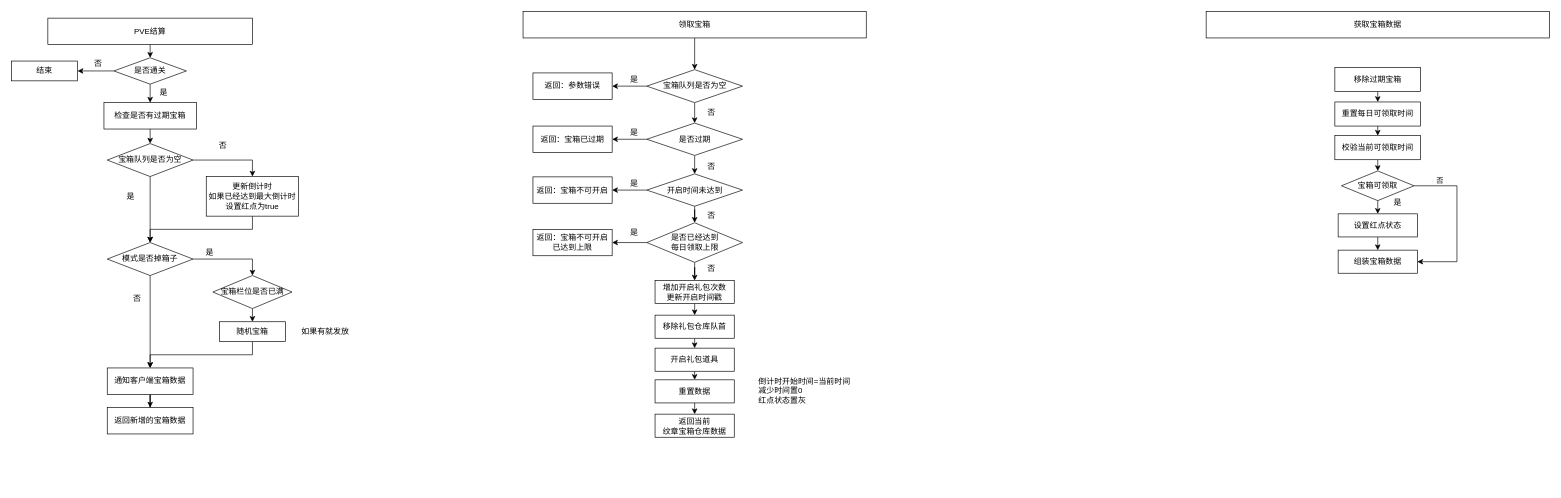
Ordertiny/graph keeps this draw.io diagram as SSJJ2/SS2星耀纹章.drawio. Above is the earlier version. Source tidied: cells renumbered, new cells numbered last; positions are measured from the earlier drawing's top-left corner, leaving out a move shared by most shapes. Both pictures are drawn from the tidied source at 66%, with x=0, y=0 at pixel (11, 11).
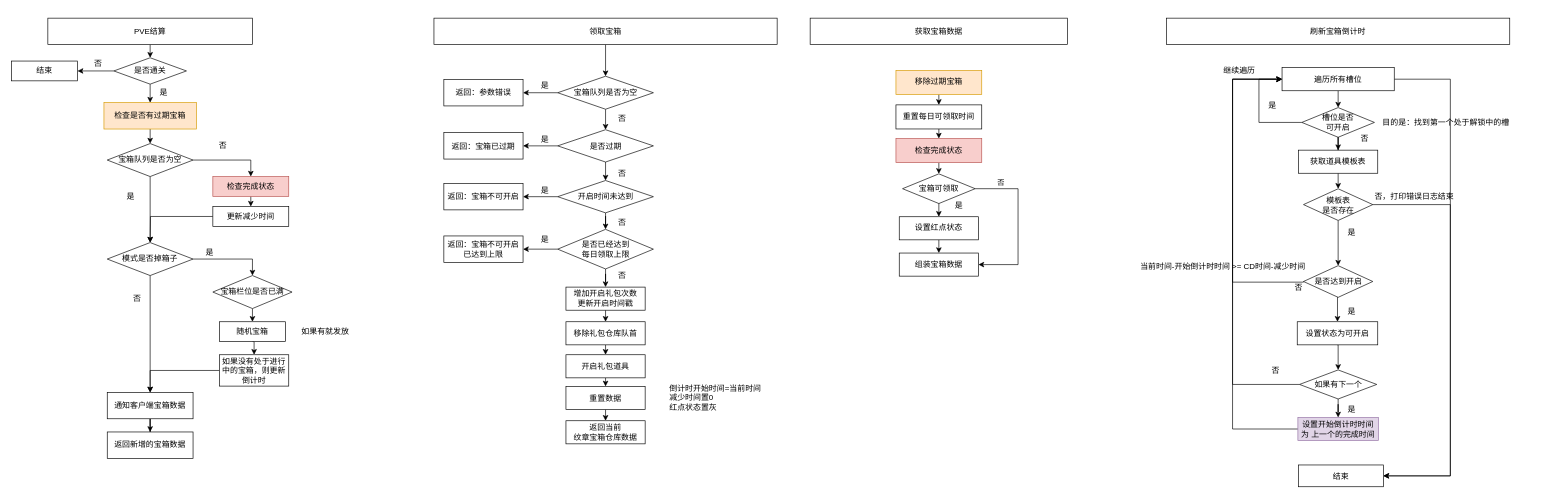
The same diagram, later.

Commit message:
更新SS2星耀纹章.drawio

Unchanged cells that the change refers to:
```xml
<mxCell id="10" value="模式是否掉箱子" style="rhombus;whiteSpace=wrap;html=1;" parent="1" vertex="1">
  <mxGeometry x="145" y="350" width="130" height="50" as="geometry" />
</mxCell>
<mxCell id="14" value="随机宝箱" style="rounded=0;whiteSpace=wrap;html=1;" parent="1" vertex="1">
  <mxGeometry x="315" y="470" width="100" height="30" as="geometry" />
</mxCell>
```

What changed in the source:
```diff
@@
-    <mxCell id="13" style="edgeStyle=orthogonalEdgeStyle;rounded=0;jettySize=auto;html=1;exitX=0.5;exitY=1;exitDx=0;exitDy=0;entryX=0.5;entryY=0;entryDx=0;entryDy=0;" parent="1" edge="1" source="14" target="18">
-      <mxGeometry relative="1" as="geometry" />
-    </mxCell>
+    <mxCell id="84" style="edgeStyle=orthogonalEdgeStyle;rounded=0;jettySize=auto;html=1;exitX=0.5;exitY=1;exitDx=0;exitDy=0;entryX=0.5;entryY=0;entryDx=0;entryDy=0;" parent="1" edge="1" source="14" target="87">
+      <mxGeometry relative="1" as="geometry" />
+    </mxCell>
@@
-    <mxCell id="16" value="检查是否有过期宝箱" style="rounded=0;whiteSpace=wrap;html=1;" parent="1" vertex="1">
+    <mxCell id="16" value="检查是否有过期宝箱" style="rounded=0;whiteSpace=wrap;html=1;fillColor=#ffe6cc;strokeColor=#d79b00;" parent="1" vertex="1">
       <mxGeometry x="140" y="138" width="140" height="40" as="geometry" />
     </mxCell>
@@
     <mxCell id="18" value="通知客户端宝箱数据" style="rounded=0;whiteSpace=wrap;html=1;" parent="1" vertex="1">
-      <mxGeometry x="145" y="540" width="130" height="40" as="geometry" />
+      <mxGeometry x="145" y="577" width="130" height="40" as="geometry" />
     </mxCell>
@@
     <mxCell id="20" value="返回新增的宝箱数据" style="rounded=0;whiteSpace=wrap;html=1;" parent="1" vertex="1">
-      <mxGeometry x="145" y="600" width="130" height="40" as="geometry" />
+      <mxGeometry x="145" y="637" width="130" height="40" as="geometry" />
     </mxCell>
@@
-    <mxCell id="23" style="edgeStyle=orthogonalEdgeStyle;rounded=0;jettySize=auto;html=1;exitX=0.5;exitY=1;exitDx=0;exitDy=0;entryX=0.5;entryY=0;entryDx=0;entryDy=0;" parent="1" edge="1" source="24" target="10">
-      <mxGeometry relative="1" as="geometry" />
-    </mxCell>
+    <mxCell id="85" style="edgeStyle=orthogonalEdgeStyle;rounded=0;jettySize=auto;html=1;exitX=0.5;exitY=1;exitDx=0;exitDy=0;entryX=0.5;entryY=0;entryDx=0;entryDy=0;" parent="1" edge="1" source="24" target="121">
+      <mxGeometry relative="1" as="geometry" />
+    </mxCell>
-    <mxCell id="24" value="更新倒计时&lt;div&gt;如果已经达到最大倒计时 设置红点为true&lt;/div&gt;" style="rounded=0;whiteSpace=wrap;html=1;" parent="1" vertex="1">
-      <mxGeometry x="295" y="250" width="140" height="60" as="geometry" />
+    <mxCell id="24" value="检查完成状态" style="rounded=0;whiteSpace=wrap;html=1;fillColor=#f8cecc;strokeColor=#b85450;" parent="1" vertex="1">
+      <mxGeometry x="305" y="250" width="115" height="30" as="geometry" />
     </mxCell>
@@
     <mxCell id="34" value="领取宝箱" style="rounded=0;whiteSpace=wrap;html=1;" parent="1" vertex="1">
-      <mxGeometry x="775" width="520" height="40" as="geometry" />
+      <mxGeometry x="640" y="10" width="520" height="40" as="geometry" />
     </mxCell>
@@
     <mxCell id="37" value="宝箱队列是否为空" style="rhombus;whiteSpace=wrap;html=1;" parent="1" vertex="1">
-      <mxGeometry x="962.5" y="88" width="145" height="50" as="geometry" />
+      <mxGeometry x="827.5" y="98" width="145" height="50" as="geometry" />
     </mxCell>
     <mxCell id="38" value="返回：参数错误" style="rounded=0;whiteSpace=wrap;html=1;" parent="1" vertex="1">
-      <mxGeometry x="790" y="93" width="120" height="40" as="geometry" />
+      <mxGeometry x="655" y="103" width="120" height="40" as="geometry" />
     </mxCell>
@@
     <mxCell id="41" value="是否过期" style="rhombus;whiteSpace=wrap;html=1;" parent="1" vertex="1">
-      <mxGeometry x="962.5" y="169" width="145" height="49" as="geometry" />
+      <mxGeometry x="827.5" y="179" width="145" height="49" as="geometry" />
     </mxCell>
     <mxCell id="42" value="返回：宝箱已过期" style="rounded=0;whiteSpace=wrap;html=1;" parent="1" vertex="1">
-      <mxGeometry x="790" y="173.5" width="120" height="40" as="geometry" />
+      <mxGeometry x="655" y="183.5" width="120" height="40" as="geometry" />
     </mxCell>
@@
     <mxCell id="45" value="开启时间未达到" style="rhombus;whiteSpace=wrap;html=1;" parent="1" vertex="1">
-      <mxGeometry x="962.5" y="246" width="145" height="49" as="geometry" />
+      <mxGeometry x="827.5" y="256" width="145" height="49" as="geometry" />
     </mxCell>
     <mxCell id="46" value="返回：宝箱不可开启" style="rounded=0;whiteSpace=wrap;html=1;" parent="1" vertex="1">
-      <mxGeometry x="790" y="250.5" width="120" height="40" as="geometry" />
+      <mxGeometry x="655" y="260.5" width="120" height="40" as="geometry" />
     </mxCell>
@@
     <mxCell id="49" value="是否已经达到&lt;div&gt;每日领取上限&lt;/div&gt;" style="rhombus;whiteSpace=wrap;html=1;" parent="1" vertex="1">
-      <mxGeometry x="962.5" y="320" width="145" height="60" as="geometry" />
+      <mxGeometry x="827.5" y="330" width="145" height="60" as="geometry" />
     </mxCell>
     <mxCell id="50" value="返回：宝箱不可开启&lt;div&gt;已达到上限&lt;/div&gt;" style="rounded=0;whiteSpace=wrap;html=1;" parent="1" vertex="1">
-      <mxGeometry x="790" y="330" width="120" height="40" as="geometry" />
+      <mxGeometry x="655" y="340" width="120" height="40" as="geometry" />
     </mxCell>
@@
     <mxCell id="52" value="开启礼包道具" style="rounded=0;whiteSpace=wrap;html=1;" parent="1" vertex="1">
-      <mxGeometry x="975" y="510" width="120" height="35" as="geometry" />
+      <mxGeometry x="840" y="520" width="120" height="35" as="geometry" />
     </mxCell>
@@
     <mxCell id="54" value="移除礼包仓库队首" style="rounded=0;whiteSpace=wrap;html=1;" parent="1" vertex="1">
-      <mxGeometry x="975" y="460" width="120" height="35" as="geometry" />
+      <mxGeometry x="840" y="470" width="120" height="35" as="geometry" />
     </mxCell>
@@
     <mxCell id="56" value="重置数据" style="rounded=0;whiteSpace=wrap;html=1;" parent="1" vertex="1">
-      <mxGeometry x="975" y="558" width="120" height="35" as="geometry" />
+      <mxGeometry x="840" y="568" width="120" height="35" as="geometry" />
     </mxCell>
     <mxCell id="57" value="倒计时开始时间=当前时间&lt;div&gt;减少时间置0&lt;/div&gt;&lt;div&gt;红点状态置灰&lt;/div&gt;" style="text;html=1;align=left;verticalAlign=middle;strokeColor=none;fillColor=none;" parent="1" vertex="1">
-      <mxGeometry x="1130" y="545" width="160" height="60" as="geometry" />
+      <mxGeometry x="995" y="555" width="160" height="60" as="geometry" />
     </mxCell>
@@
     <mxCell id="59" value="增加开启礼包次数&lt;div&gt;更新开启时间戳&lt;/div&gt;" style="rounded=0;whiteSpace=wrap;html=1;" parent="1" vertex="1">
-      <mxGeometry x="975" y="407.5" width="120" height="35" as="geometry" />
+      <mxGeometry x="840" y="417.5" width="120" height="35" as="geometry" />
     </mxCell>
     <mxCell id="60" value="返回当前&lt;div&gt;纹章宝箱&lt;span style=&quot;background-color: transparent; color: light-dark(rgb(0, 0, 0), rgb(255, 255, 255));&quot;&gt;仓库数据&lt;/span&gt;&lt;/div&gt;" style="rounded=0;whiteSpace=wrap;html=1;" parent="1" vertex="1">
-      <mxGeometry x="975" y="610" width="120" height="35" as="geometry" />
+      <mxGeometry x="840" y="620" width="120" height="35" as="geometry" />
     </mxCell>
     <mxCell id="61" value="是" style="text;html=1;align=center;verticalAlign=middle;strokeColor=none;fillColor=none;" parent="1" vertex="1">
-      <mxGeometry x="922.5" y="88" width="40" height="30" as="geometry" />
+      <mxGeometry x="787.5" y="98" width="40" height="30" as="geometry" />
     </mxCell>
     <mxCell id="62" value="是" style="text;html=1;align=center;verticalAlign=middle;strokeColor=none;fillColor=none;" parent="1" vertex="1">
-      <mxGeometry x="922.5" y="169" width="40" height="30" as="geometry" />
+      <mxGeometry x="787.5" y="179" width="40" height="30" as="geometry" />
     </mxCell>
     <mxCell id="63" value="是" style="text;html=1;align=center;verticalAlign=middle;strokeColor=none;fillColor=none;" parent="1" vertex="1">
-      <mxGeometry x="922.5" y="246" width="40" height="30" as="geometry" />
+      <mxGeometry x="787.5" y="256" width="40" height="30" as="geometry" />
     </mxCell>
     <mxCell id="64" value="是" style="text;html=1;align=center;verticalAlign=middle;strokeColor=none;fillColor=none;" parent="1" vertex="1">
-      <mxGeometry x="922.5" y="320" width="40" height="30" as="geometry" />
+      <mxGeometry x="787.5" y="330" width="40" height="30" as="geometry" />
     </mxCell>
     <mxCell id="65" value="否" style="text;html=1;align=center;verticalAlign=middle;strokeColor=none;fillColor=none;" parent="1" vertex="1">
-      <mxGeometry x="1040" y="138" width="40" height="30" as="geometry" />
+      <mxGeometry x="905" y="148" width="40" height="30" as="geometry" />
     </mxCell>
     <mxCell id="66" value="否" style="text;html=1;align=center;verticalAlign=middle;strokeColor=none;fillColor=none;" parent="1" vertex="1">
-      <mxGeometry x="1040" y="220" width="40" height="30" as="geometry" />
+      <mxGeometry x="905" y="230" width="40" height="30" as="geometry" />
     </mxCell>
     <mxCell id="67" value="否" style="text;html=1;align=center;verticalAlign=middle;strokeColor=none;fillColor=none;" parent="1" vertex="1">
-      <mxGeometry x="1040" y="295" width="40" height="30" as="geometry" />
+      <mxGeometry x="905" y="305" width="40" height="30" as="geometry" />
     </mxCell>
     <mxCell id="68" value="否" style="text;html=1;align=center;verticalAlign=middle;strokeColor=none;fillColor=none;" parent="1" vertex="1">
-      <mxGeometry x="1040" y="375" width="40" height="30" as="geometry" />
+      <mxGeometry x="905" y="385" width="40" height="30" as="geometry" />
     </mxCell>
     <mxCell id="69" value="获取宝箱数据" style="rounded=0;whiteSpace=wrap;html=1;" parent="1" vertex="1">
-      <mxGeometry x="1810" width="520" height="40" as="geometry" />
+      <mxGeometry x="1210" y="10" width="390" height="40" as="geometry" />
     </mxCell>
@@
-    <mxCell id="71" value="移除过期宝箱" style="rounded=0;whiteSpace=wrap;html=1;" parent="1" vertex="1">
-      <mxGeometry x="2005" y="84.8" width="130" height="36.5" as="geometry" />
+    <mxCell id="71" value="移除过期宝箱" style="rounded=0;whiteSpace=wrap;html=1;fillColor=#ffe6cc;strokeColor=#d79b00;" parent="1" vertex="1">
+      <mxGeometry x="1340" y="89.1" width="130" height="36.5" as="geometry" />
     </mxCell>
@@
-    <mxCell id="73" value="校验当前可领取时间" style="rounded=0;whiteSpace=wrap;html=1;" parent="1" vertex="1">
-      <mxGeometry x="2005" y="188" width="130" height="36.5" as="geometry" />
+    <mxCell id="73" value="检查完成状态" style="rounded=0;whiteSpace=wrap;html=1;fillColor=#f8cecc;strokeColor=#b85450;" parent="1" vertex="1">
+      <mxGeometry x="1340" y="192.4" width="130" height="36.5" as="geometry" />
     </mxCell>
     <mxCell id="74" style="edgeStyle=orthogonalEdgeStyle;rounded=0;jettySize=auto;html=1;exitX=0.5;exitY=1;exitDx=0;exitDy=0;entryX=0.5;entryY=0;entryDx=0;entryDy=0;" parent="1" edge="1" target="79">
       <mxGeometry relative="1" as="geometry">
-        <mxPoint x="2070" y="271.5" as="sourcePoint" />
+        <mxPoint x="1405" y="275.9" as="sourcePoint" />
       </mxGeometry>
     </mxCell>
     <mxCell id="75" style="edgeStyle=orthogonalEdgeStyle;rounded=0;jettySize=auto;html=1;exitX=1;exitY=0.5;exitDx=0;exitDy=0;entryX=1;entryY=0.5;entryDx=0;entryDy=0;" parent="1" edge="1" source="77" target="80">
       <mxGeometry relative="1" as="geometry">
         <Array as="points">
-          <mxPoint x="2190" y="264.5" />
-          <mxPoint x="2190" y="379.5" />
+          <mxPoint x="1525" y="268.9" />
+          <mxPoint x="1525" y="383.9" />
         </Array>
       </mxGeometry>
     </mxCell>
@@
     <mxCell id="77" value="宝箱可领取" style="rhombus;whiteSpace=wrap;html=1;" parent="1" vertex="1">
-      <mxGeometry x="2015" y="241.5" width="110" height="45" as="geometry" />
+      <mxGeometry x="1350" y="245.9" width="110" height="45" as="geometry" />
     </mxCell>
@@
     <mxCell id="79" value="设置红点状态" style="rounded=0;whiteSpace=wrap;html=1;" parent="1" vertex="1">
-      <mxGeometry x="2010" y="306.5" width="120" height="35" as="geometry" />
+      <mxGeometry x="1345" y="310.9" width="120" height="35" as="geometry" />
     </mxCell>
     <mxCell id="80" value="组装宝箱数据" style="rounded=0;whiteSpace=wrap;html=1;" parent="1" vertex="1">
-      <mxGeometry x="2010" y="361.5" width="120" height="35" as="geometry" />
+      <mxGeometry x="1345" y="365.9" width="120" height="35" as="geometry" />
     </mxCell>
     <mxCell id="81" value="是" style="text;html=1;align=center;verticalAlign=middle;strokeColor=none;fillColor=none;" parent="1" vertex="1">
-      <mxGeometry x="2080" y="274.5" width="40" height="30" as="geometry" />
+      <mxGeometry x="1415" y="278.9" width="40" height="30" as="geometry" />
     </mxCell>
@@
     <mxCell id="83" value="重置每日可领取时间" style="rounded=0;whiteSpace=wrap;html=1;" parent="1" vertex="1">
-      <mxGeometry x="2005" y="137" width="130" height="36.5" as="geometry" />
+      <mxGeometry x="1340" y="141.4" width="130" height="36.5" as="geometry" />
     </mxCell>
+    <mxCell id="86" style="edgeStyle=orthogonalEdgeStyle;rounded=0;jettySize=auto;html=1;" parent="1" edge="1" source="87" target="18">
+      <mxGeometry relative="1" as="geometry" />
+    </mxCell>
+    <mxCell id="87" value="如果没有处于进行中的宝箱，则更新倒计时" style="rounded=0;whiteSpace=wrap;html=1;" parent="1" vertex="1">
+      <mxGeometry x="315" y="520" width="105" height="47.5" as="geometry" />
+    </mxCell>
+    <mxCell id="88" value="刷新宝箱倒计时" style="rounded=0;whiteSpace=wrap;html=1;" parent="1" vertex="1">
+      <mxGeometry x="1750" y="10" width="520" height="40" as="geometry" />
+    </mxCell>
+    <mxCell id="89" style="edgeStyle=orthogonalEdgeStyle;rounded=0;jettySize=auto;html=1;exitX=0.5;exitY=1;exitDx=0;exitDy=0;entryX=0.5;entryY=0;entryDx=0;entryDy=0;" parent="1" edge="1" source="91" target="94">
+      <mxGeometry relative="1" as="geometry" />
+    </mxCell>
+    <mxCell id="90" style="edgeStyle=orthogonalEdgeStyle;rounded=0;jettySize=auto;html=1;entryX=1;entryY=0.5;entryDx=0;entryDy=0;" parent="1" edge="1" source="91" target="113">
+      <mxGeometry relative="1" as="geometry">
+        <Array as="points">
+          <mxPoint x="2180" y="103" />
+          <mxPoint x="2180" y="704" />
+        </Array>
+      </mxGeometry>
+    </mxCell>
+    <mxCell id="91" value="遍历所有槽位" style="rounded=0;whiteSpace=wrap;html=1;" parent="1" vertex="1">
+      <mxGeometry x="1925" y="85" width="170" height="35" as="geometry" />
+    </mxCell>
+    <mxCell id="92" style="edgeStyle=orthogonalEdgeStyle;rounded=0;jettySize=auto;html=1;exitX=0.5;exitY=1;exitDx=0;exitDy=0;" parent="1" edge="1" source="94" target="96">
+      <mxGeometry relative="1" as="geometry" />
+    </mxCell>
+    <mxCell id="93" style="edgeStyle=orthogonalEdgeStyle;rounded=0;jettySize=auto;html=1;exitX=0;exitY=0.5;exitDx=0;exitDy=0;entryX=0;entryY=0.5;entryDx=0;entryDy=0;" parent="1" edge="1" source="94" target="91">
+      <mxGeometry relative="1" as="geometry">
+        <Array as="points">
+          <mxPoint x="1890" y="168" />
+          <mxPoint x="1890" y="103" />
+        </Array>
+      </mxGeometry>
+    </mxCell>
+    <mxCell id="94" value="槽位是否&lt;div&gt;可开启&lt;/div&gt;" style="rhombus;whiteSpace=wrap;html=1;" parent="1" vertex="1">
+      <mxGeometry x="1955" y="145.5" width="110" height="45" as="geometry" />
+    </mxCell>
+    <mxCell id="95" style="edgeStyle=orthogonalEdgeStyle;rounded=0;jettySize=auto;html=1;exitX=0.5;exitY=1;exitDx=0;exitDy=0;entryX=0.5;entryY=0;entryDx=0;entryDy=0;" parent="1" edge="1" source="96" target="99">
+      <mxGeometry relative="1" as="geometry" />
+    </mxCell>
+    <mxCell id="96" value="获取道具模板表" style="rounded=0;whiteSpace=wrap;html=1;" parent="1" vertex="1">
+      <mxGeometry x="1950" y="210" width="120" height="35" as="geometry" />
+    </mxCell>
+    <mxCell id="97" style="edgeStyle=orthogonalEdgeStyle;rounded=0;jettySize=auto;html=1;exitX=0.5;exitY=1;exitDx=0;exitDy=0;" parent="1" edge="1" source="99" target="102">
+      <mxGeometry relative="1" as="geometry">
+        <Array as="points">
+          <mxPoint x="2010" y="390" />
+          <mxPoint x="2010" y="390" />
+        </Array>
+      </mxGeometry>
+    </mxCell>
+    <mxCell id="98" style="edgeStyle=orthogonalEdgeStyle;rounded=0;jettySize=auto;html=1;exitX=1;exitY=0.5;exitDx=0;exitDy=0;entryX=1;entryY=0.5;entryDx=0;entryDy=0;" parent="1" edge="1" source="99" target="113">
+      <mxGeometry relative="1" as="geometry">
+        <Array as="points">
+          <mxPoint x="2180" y="293" />
+          <mxPoint x="2180" y="704" />
+        </Array>
+      </mxGeometry>
+    </mxCell>
+    <mxCell id="99" value="模板表&lt;div&gt;是否存在&lt;/div&gt;" style="rhombus;whiteSpace=wrap;html=1;" parent="1" vertex="1">
+      <mxGeometry x="1957.5" y="268.5" width="105" height="48" as="geometry" />
+    </mxCell>
+    <mxCell id="100" style="edgeStyle=orthogonalEdgeStyle;rounded=0;jettySize=auto;html=1;exitX=0.5;exitY=1;exitDx=0;exitDy=0;entryX=0.5;entryY=0;entryDx=0;entryDy=0;" parent="1" edge="1" source="102" target="104">
+      <mxGeometry relative="1" as="geometry" />
+    </mxCell>
+    <mxCell id="101" style="edgeStyle=orthogonalEdgeStyle;rounded=0;jettySize=auto;html=1;exitX=0;exitY=0.5;exitDx=0;exitDy=0;entryX=0;entryY=0.5;entryDx=0;entryDy=0;" parent="1" edge="1" source="102" target="91">
+      <mxGeometry relative="1" as="geometry">
+        <Array as="points">
+          <mxPoint x="1958" y="410" />
+          <mxPoint x="1850" y="410" />
+          <mxPoint x="1850" y="103" />
+        </Array>
+      </mxGeometry>
+    </mxCell>
+    <mxCell id="102" value="是否达到开启" style="rhombus;whiteSpace=wrap;html=1;" parent="1" vertex="1">
+      <mxGeometry x="1957.5" y="385" width="105" height="48" as="geometry" />
+    </mxCell>
+    <mxCell id="103" style="edgeStyle=orthogonalEdgeStyle;rounded=0;jettySize=auto;html=1;exitX=0.5;exitY=1;exitDx=0;exitDy=0;entryX=0.5;entryY=0;entryDx=0;entryDy=0;" parent="1" edge="1" source="104" target="107">
+      <mxGeometry relative="1" as="geometry" />
+    </mxCell>
+    <mxCell id="104" value="设置状态为可开启" style="rounded=0;whiteSpace=wrap;html=1;" parent="1" vertex="1">
+      <mxGeometry x="1948" y="470" width="122" height="35" as="geometry" />
+    </mxCell>
+    <mxCell id="105" style="edgeStyle=orthogonalEdgeStyle;rounded=0;jettySize=auto;html=1;exitX=0.5;exitY=1;exitDx=0;exitDy=0;" parent="1" edge="1" source="107" target="109">
+      <mxGeometry relative="1" as="geometry" />
+    </mxCell>
+    <mxCell id="106" style="edgeStyle=orthogonalEdgeStyle;rounded=0;jettySize=auto;html=1;exitX=0;exitY=0.5;exitDx=0;exitDy=0;entryX=0;entryY=0.5;entryDx=0;entryDy=0;" parent="1" edge="1" source="107" target="91">
+      <mxGeometry relative="1" as="geometry">
+        <Array as="points">
+          <mxPoint x="1850" y="565" />
+          <mxPoint x="1850" y="103" />
+        </Array>
+      </mxGeometry>
+    </mxCell>
+    <mxCell id="107" value="如果有下一个" style="rhombus;whiteSpace=wrap;html=1;" parent="1" vertex="1">
+      <mxGeometry x="1951.5" y="543" width="117" height="44" as="geometry" />
+    </mxCell>
+    <mxCell id="108" style="edgeStyle=orthogonalEdgeStyle;rounded=0;jettySize=auto;html=1;entryX=0;entryY=0.5;entryDx=0;entryDy=0;" parent="1" edge="1" source="109" target="91">
+      <mxGeometry relative="1" as="geometry">
+        <Array as="points">
+          <mxPoint x="1850" y="633" />
+          <mxPoint x="1850" y="103" />
+        </Array>
+      </mxGeometry>
+    </mxCell>
+    <mxCell id="109" value="设置开始倒计时时间&lt;div&gt;为 上一个的完成时间&lt;/div&gt;" style="rounded=0;whiteSpace=wrap;html=1;fillColor=#e1d5e7;strokeColor=#9673a6;" parent="1" vertex="1">
+      <mxGeometry x="1949" y="615" width="122" height="35" as="geometry" />
+    </mxCell>
+    <mxCell id="110" value="是" style="text;html=1;align=center;verticalAlign=middle;strokeColor=none;fillColor=none;" parent="1" vertex="1">
+      <mxGeometry x="1890" y="128" width="40" height="30" as="geometry" />
+    </mxCell>
+    <mxCell id="111" value="否" style="text;html=1;align=center;verticalAlign=middle;strokeColor=none;fillColor=none;" parent="1" vertex="1">
+      <mxGeometry x="2030" y="178" width="40" height="30" as="geometry" />
+    </mxCell>
+    <mxCell id="112" value="目的是：找到第一个处于解锁中的槽" style="text;html=1;align=center;verticalAlign=middle;strokeColor=none;fillColor=none;" parent="1" vertex="1">
+      <mxGeometry x="2062.5" y="153" width="220" height="30" as="geometry" />
+    </mxCell>
+    <mxCell id="113" value="结束" style="whiteSpace=wrap;html=1;" parent="1" vertex="1">
+      <mxGeometry x="1950" y="687" width="128.5" height="33" as="geometry" />
+    </mxCell>
+    <mxCell id="114" value="否，打印错误日志结束" style="text;html=1;align=center;verticalAlign=middle;strokeColor=none;fillColor=none;" parent="1" vertex="1">
+      <mxGeometry x="2055" y="265.5" width="140" height="30" as="geometry" />
+    </mxCell>
+    <mxCell id="115" value="是" style="text;html=1;align=center;verticalAlign=middle;strokeColor=none;fillColor=none;" parent="1" vertex="1">
+      <mxGeometry x="2010" y="320" width="40" height="30" as="geometry" />
+    </mxCell>
+    <mxCell id="116" value="是" style="text;html=1;align=center;verticalAlign=middle;strokeColor=none;fillColor=none;" parent="1" vertex="1">
+      <mxGeometry x="2010" y="440" width="40" height="30" as="geometry" />
+    </mxCell>
+    <mxCell id="117" value="是" style="text;html=1;align=center;verticalAlign=middle;strokeColor=none;fillColor=none;" parent="1" vertex="1">
+      <mxGeometry x="2010" y="588" width="40" height="30" as="geometry" />
+    </mxCell>
+    <mxCell id="118" value="当前时间-开始倒计时时间 &amp;gt;= CD时间-减少时间" style="text;html=1;align=center;verticalAlign=middle;strokeColor=none;fillColor=none;" parent="1" vertex="1">
+      <mxGeometry x="1700" y="370.9" width="270" height="30" as="geometry" />
+    </mxCell>
+    <mxCell id="119" value="继续遍历" style="text;html=1;align=center;verticalAlign=middle;strokeColor=none;fillColor=none;" parent="1" vertex="1">
+      <mxGeometry x="1825" y="75" width="70" height="30" as="geometry" />
+    </mxCell>
+    <mxCell id="120" style="edgeStyle=orthogonalEdgeStyle;rounded=0;jettySize=auto;html=1;" parent="1" edge="1" source="121">
+      <mxGeometry relative="1" as="geometry">
+        <mxPoint x="210" y="350" as="targetPoint" />
+      </mxGeometry>
+    </mxCell>
+    <mxCell id="121" value="更新减少时间" style="whiteSpace=wrap;html=1;" parent="1" vertex="1">
+      <mxGeometry x="305" y="295.5" width="115" height="30" as="geometry" />
+    </mxCell>
+    <mxCell id="122" value="否" style="text;html=1;align=center;verticalAlign=middle;strokeColor=none;fillColor=none;" parent="1" vertex="1">
+      <mxGeometry x="1930" y="403" width="40" height="30" as="geometry" />
+    </mxCell>
+    <mxCell id="123" value="否" style="text;html=1;align=center;verticalAlign=middle;strokeColor=none;fillColor=none;" parent="1" vertex="1">
+      <mxGeometry x="1895" y="528.8" width="40" height="30" as="geometry" />
+    </mxCell>
```
